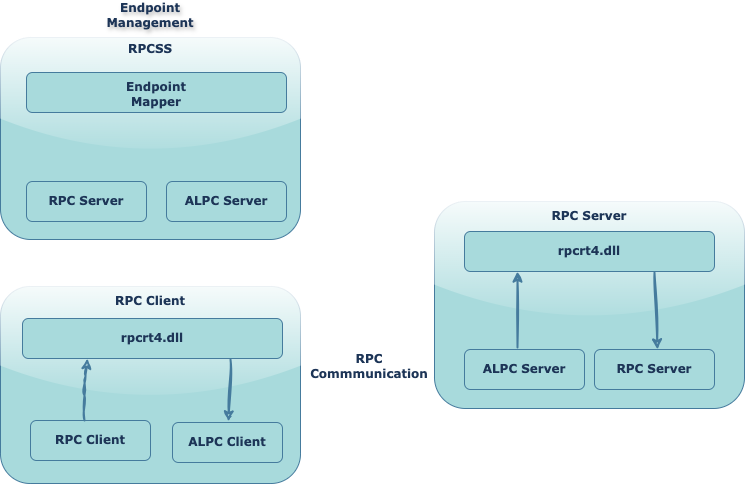
The draw.io diagram Architecture.drawio.png in raghavmishra/diagrams, before a commit. Source tidied: cells renumbered, new cells last; positions are measured from the earlier drawing's top-left corner, leaving out a move shared by most shapes.
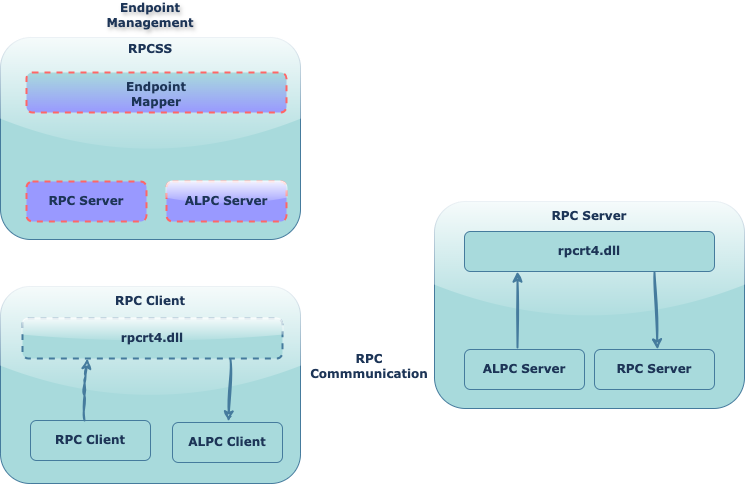
After the commit.

Diff of the diagram source:
```diff
@@ -20,7 +20,7 @@
     <mxCell id="7" style="rounded=1;whiteSpace=wrap;html=1;fillColor=#A8DADC;strokeColor=#457B9D;glass=1;labelBackgroundColor=none;fontColor=#1D3557;" parent="1" vertex="1">
       <mxGeometry y="37" width="300" height="202" as="geometry" />
     </mxCell>
-    <mxCell id="8" value="rpcrt4.dll" style="rounded=1;whiteSpace=wrap;html=1;fillColor=#A8DADC;strokeColor=#457B9D;fontFamily=Verdana;fontStyle=1;fontColor=#1D3557;labelBackgroundColor=none;" parent="1" vertex="1">
+    <mxCell id="8" value="rpcrt4.dll" style="rounded=1;whiteSpace=wrap;html=1;fillColor=#A8DADC;strokeColor=#457B9D;fontFamily=Verdana;fontStyle=1;fontColor=#1D3557;labelBackgroundColor=none;dashed=1;strokeWidth=2;glass=1;" parent="1" vertex="1">
       <mxGeometry x="22" y="318" width="260" height="40" as="geometry" />
     </mxCell>
     <mxCell id="9" value="RPC Client" style="rounded=1;whiteSpace=wrap;html=1;fillColor=#A8DADC;strokeColor=#457B9D;fontFamily=Verdana;fontStyle=1;labelBackgroundColor=none;fontColor=#1D3557;" parent="1" vertex="1">
@@ -29,13 +29,13 @@
     <mxCell id="10" value="ALPC Client" style="rounded=1;whiteSpace=wrap;html=1;fillColor=#A8DADC;strokeColor=#457B9D;labelBackgroundColor=none;fontFamily=Verdana;fontStyle=1;fontColor=#1D3557;" parent="1" vertex="1">
       <mxGeometry x="172" y="422" width="110" height="40" as="geometry" />
     </mxCell>
-    <mxCell id="11" style="rounded=1;whiteSpace=wrap;html=1;fillColor=#A8DADC;strokeColor=#457B9D;labelBackgroundColor=none;fontColor=#1D3557;" parent="1" vertex="1">
+    <mxCell id="11" style="rounded=1;whiteSpace=wrap;html=1;fillColor=#A8DADC;strokeColor=#FF6666;labelBackgroundColor=none;fontColor=#1D3557;textShadow=1;dashed=1;strokeWidth=2;glass=0;gradientColor=#9999FF;" parent="1" vertex="1">
       <mxGeometry x="26" y="72" width="260" height="40" as="geometry" />
     </mxCell>
-    <mxCell id="12" value="RPC Server" style="rounded=1;whiteSpace=wrap;html=1;fillColor=#A8DADC;strokeColor=#457B9D;fontFamily=Verdana;fontStyle=1;labelBackgroundColor=none;fontColor=#1D3557;" parent="1" vertex="1">
+    <mxCell id="12" value="RPC Server" style="rounded=1;whiteSpace=wrap;html=1;fillColor=#9999FF;strokeColor=#FF6666;fontFamily=Verdana;fontStyle=1;labelBackgroundColor=none;fontColor=#1D3557;dashed=1;strokeWidth=2;glass=0;" parent="1" vertex="1">
       <mxGeometry x="26" y="181" width="120" height="40" as="geometry" />
     </mxCell>
-    <mxCell id="13" value="ALPC Server" style="rounded=1;whiteSpace=wrap;html=1;fillColor=#A8DADC;strokeColor=#457B9D;fontFamily=Verdana;fontStyle=1;labelBackgroundColor=none;fontColor=#1D3557;" parent="1" vertex="1">
+    <mxCell id="13" value="ALPC Server" style="rounded=1;whiteSpace=wrap;html=1;fillColor=#9999FF;strokeColor=#FF6666;fontFamily=Verdana;fontStyle=1;labelBackgroundColor=none;fontColor=#1D3557;dashed=1;strokeWidth=2;glass=1;" parent="1" vertex="1">
       <mxGeometry x="166" y="181" width="120" height="40" as="geometry" />
     </mxCell>
     <mxCell id="14" value="RPCSS" style="text;html=1;strokeColor=none;fillColor=none;align=center;verticalAlign=middle;whiteSpace=wrap;rounded=1;fontFamily=Verdana;fontStyle=1;fontColor=#1D3557;labelBackgroundColor=none;" parent="1" vertex="1">
```
